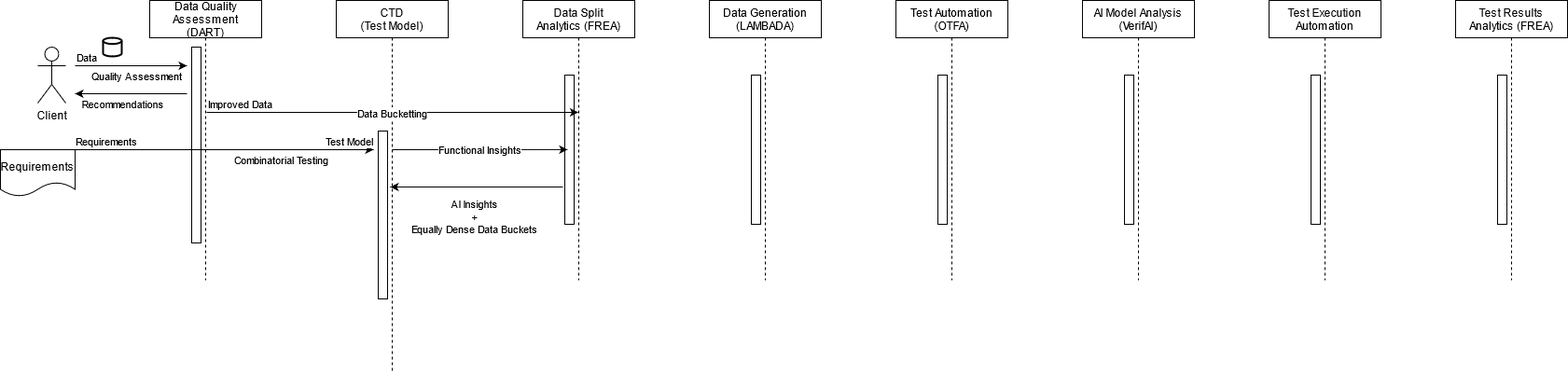
ilanjaya/TestCOE keeps this draw.io diagram as FACT Process Flow.png. Above is the earlier version. Source tidied: cells renumbered, new cells last; positions are measured from the earlier drawing's top-left corner, leaving out a move shared by most shapes.
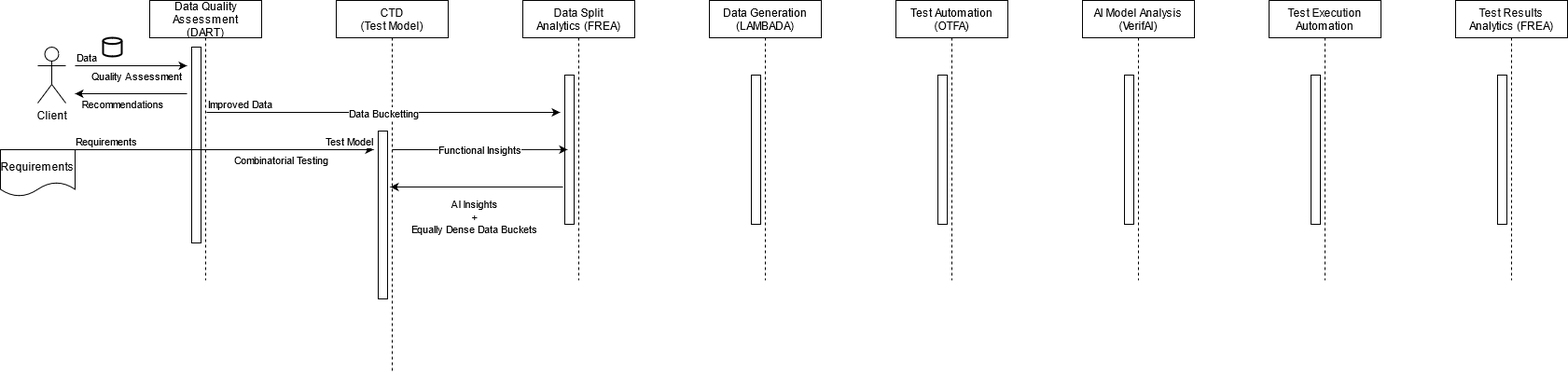
The same diagram one commit later.

The edit, as a diff of the source:
```diff
@@ -122,8 +122,10 @@
     <mxCell id="33" style="perimeter=orthogonalPerimeter;rounded=0;shadow=0;strokeWidth=1;" parent="32" vertex="1">
       <mxGeometry x="45" y="80" width="10" height="160" as="geometry" />
     </mxCell>
-    <mxCell id="34" style="endArrow=classic;html=1;exitX=0.508;exitY=0.4;exitDx=0;exitDy=0;exitPerimeter=0;" parent="1" edge="1" source="2" target="6">
-      <mxGeometry relative="1" as="geometry" />
+    <mxCell id="34" style="endArrow=classic;html=1;exitX=0.508;exitY=0.4;exitDx=0;exitDy=0;exitPerimeter=0;" parent="1" edge="1" source="2">
+      <mxGeometry relative="1" as="geometry">
+        <mxPoint x="600" y="120" as="targetPoint" />
+      </mxGeometry>
     </mxCell>
     <mxCell id="35" value="Data Bucketting" style="edgeLabel;html=1;align=center;verticalAlign=middle;" parent="34" vertex="1">
       <mxGeometry relative="1" as="geometry" />
```
